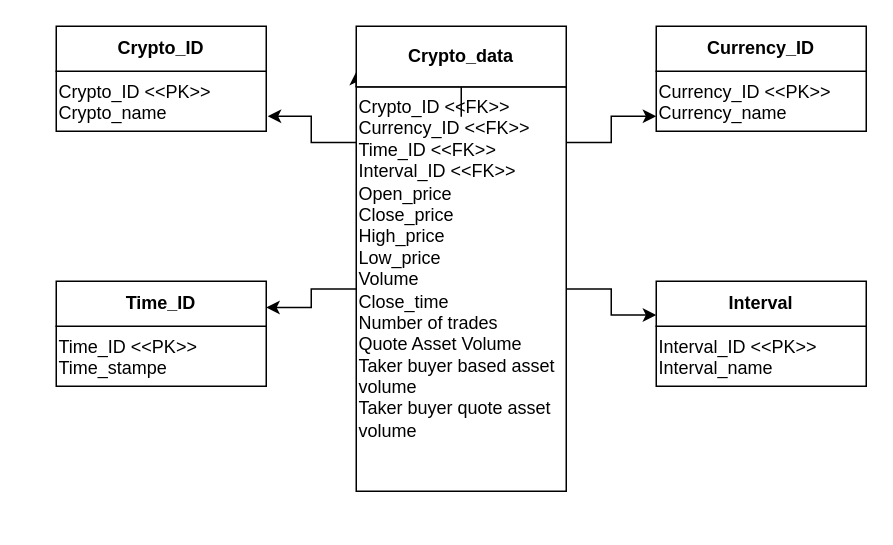
DataScientest-Studio/OPA-Bootcamp-DE-Feb25 keeps this draw.io diagram as Docs/Crypto_UML.drawio. Above is the earlier version. Source tidied: cells renumbered, new cells numbered last; positions are measured from the earlier drawing's top-left corner, leaving out a move shared by most shapes. Both pictures are drawn from the tidied source at 150%, with x=0, y=0 at pixel (56, 26).
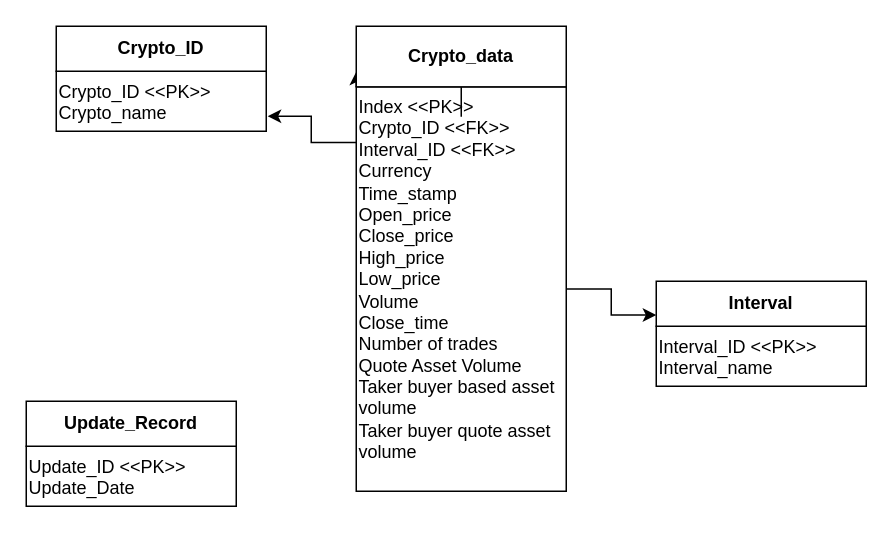
The same page after the edit.

Unchanged cells that the change refers to:
```xml
<mxCell id="15" style="group;" parent="1" vertex="1">
  <mxGeometry x="200" width="140" height="310" as="geometry" />
</mxCell>
```

What changed in the source:
```diff
@@
-    <mxCell id="6" style="group;" parent="1" vertex="1">
-      <mxGeometry x="400" width="140" height="70" as="geometry" />
-    </mxCell>
-    <mxCell id="7" value="&lt;div&gt;Currency_ID &amp;lt;&amp;lt;PK&amp;gt;&amp;gt;&lt;/div&gt;&lt;div&gt;Currency_name&lt;/div&gt;" style="whiteSpace=wrap;html=1;verticalAlign=top;align=left;" parent="6" vertex="1">
-      <mxGeometry y="30" width="140" height="40" as="geometry" />
-    </mxCell>
-    <mxCell id="8" value="&lt;b&gt;Currency_ID&lt;/b&gt;" style="rounded=0;whiteSpace=wrap;html=1;" parent="6" vertex="1">
-      <mxGeometry width="140" height="30" as="geometry" />
-    </mxCell>
-    <mxCell id="9" style="edgeStyle=orthogonalEdgeStyle;rounded=0;orthogonalLoop=1;jettySize=auto;html=1;exitX=0.5;exitY=1;exitDx=0;exitDy=0;" parent="6" edge="1" source="7" target="7">
-      <mxGeometry relative="1" as="geometry" />
-    </mxCell>
-    <mxCell id="10" style="group;" parent="1" vertex="1">
-      <mxGeometry y="170" width="140" height="70" as="geometry" />
-    </mxCell>
-    <mxCell id="11" value="&lt;div&gt;Time_ID &amp;lt;&amp;lt;PK&amp;gt;&amp;gt;&lt;/div&gt;&lt;div&gt;Time_stampe&lt;/div&gt;" style="whiteSpace=wrap;html=1;verticalAlign=top;align=left;" parent="10" vertex="1">
-      <mxGeometry y="30" width="140" height="40" as="geometry" />
-    </mxCell>
-    <mxCell id="12" value="&lt;b&gt;Time_ID&lt;/b&gt;" style="rounded=0;whiteSpace=wrap;html=1;" parent="10" vertex="1">
-      <mxGeometry width="140" height="30" as="geometry" />
-    </mxCell>
-    <mxCell id="13" style="edgeStyle=orthogonalEdgeStyle;rounded=0;orthogonalLoop=1;jettySize=auto;html=1;exitX=0.5;exitY=1;exitDx=0;exitDy=0;" parent="10" edge="1" source="11" target="11">
-      <mxGeometry relative="1" as="geometry" />
-    </mxCell>
-    <mxCell id="14" style="edgeStyle=orthogonalEdgeStyle;rounded=0;jettySize=auto;html=1;exitX=1;exitY=0.25;exitDx=0;exitDy=0;entryX=0;entryY=0.75;entryDx=0;entryDy=0;" parent="1" edge="1" source="15" target="7">
-      <mxGeometry relative="1" as="geometry" />
-    </mxCell>
@@
-    <mxCell id="17" value="&lt;div&gt;Crypto_ID &amp;lt;&amp;lt;FK&amp;gt;&amp;gt;&lt;/div&gt;&lt;div&gt;Currency_ID &amp;lt;&amp;lt;FK&amp;gt;&amp;gt;&lt;/div&gt;&lt;div&gt;Time_ID &amp;lt;&amp;lt;FK&amp;gt;&amp;gt;&lt;/div&gt;&lt;div&gt;Interval_ID &amp;lt;&amp;lt;FK&amp;gt;&amp;gt;&lt;/div&gt;&lt;div&gt;Open_price&lt;/div&gt;&lt;div&gt;Close_price&lt;/div&gt;&lt;div&gt;High_price&lt;/div&gt;&lt;div&gt;Low_price&lt;/div&gt;&lt;div&gt;Volume&lt;/div&gt;&lt;div&gt;Close_time&lt;/div&gt;&lt;div&gt;Number of trades&lt;/div&gt;&lt;div&gt;Quote Asset Volume&lt;/div&gt;&lt;div&gt;Taker buyer based asset volume&lt;/div&gt;&lt;div&gt;Taker buyer quote asset volume&lt;/div&gt;" style="whiteSpace=wrap;html=1;verticalAlign=top;align=left;" parent="15" vertex="1">
+    <mxCell id="17" value="&lt;div&gt;Index&amp;nbsp;&amp;lt;&amp;lt;PK&amp;gt;&amp;gt; &lt;br&gt;&lt;/div&gt;&lt;div&gt;Crypto_ID &amp;lt;&amp;lt;FK&amp;gt;&amp;gt;&lt;/div&gt;&lt;div&gt;Interval_ID &amp;lt;&amp;lt;FK&amp;gt;&amp;gt;&lt;/div&gt;&lt;div&gt;Currency&lt;/div&gt;&lt;div&gt;Time_stamp &lt;br&gt;&lt;/div&gt;&lt;div&gt;Open_price&lt;/div&gt;&lt;div&gt;Close_price&lt;/div&gt;&lt;div&gt;High_price&lt;/div&gt;&lt;div&gt;Low_price&lt;/div&gt;&lt;div&gt;Volume&lt;/div&gt;&lt;div&gt;Close_time&lt;/div&gt;&lt;div&gt;Number of trades&lt;/div&gt;&lt;div&gt;Quote Asset Volume&lt;/div&gt;&lt;div&gt;Taker buyer based asset volume&lt;/div&gt;&lt;div&gt;Taker buyer quote asset volume&lt;/div&gt;&lt;div&gt;&lt;br&gt;&lt;/div&gt;" style="whiteSpace=wrap;html=1;verticalAlign=top;align=left;" parent="15" vertex="1">
       <mxGeometry y="40.4" width="140" height="269.6" as="geometry" />
     </mxCell>
@@
-    <mxCell id="26" style="edgeStyle=orthogonalEdgeStyle;rounded=0;jettySize=auto;html=1;exitX=0;exitY=0.5;exitDx=0;exitDy=0;entryX=1;entryY=0.25;entryDx=0;entryDy=0;" parent="1" edge="1" source="17" target="10">
-      <mxGeometry relative="1" as="geometry" />
-    </mxCell>
@@
+    <mxCell id="28" style="group;" parent="1" vertex="1">
+      <mxGeometry x="-20" y="250" width="140" height="70" as="geometry" />
+    </mxCell>
+    <mxCell id="29" value="&lt;div&gt;Update_ID &amp;lt;&amp;lt;PK&amp;gt;&amp;gt;&lt;/div&gt;&lt;div&gt;Update_Date&lt;/div&gt;" style="whiteSpace=wrap;html=1;verticalAlign=top;align=left;" parent="28" vertex="1">
+      <mxGeometry y="30" width="140" height="40" as="geometry" />
+    </mxCell>
+    <mxCell id="30" value="&lt;b&gt;Update_Record&lt;/b&gt;" style="rounded=0;whiteSpace=wrap;html=1;" parent="28" vertex="1">
+      <mxGeometry width="140" height="30" as="geometry" />
+    </mxCell>
+    <mxCell id="31" style="edgeStyle=orthogonalEdgeStyle;rounded=0;orthogonalLoop=1;jettySize=auto;html=1;exitX=0.5;exitY=1;exitDx=0;exitDy=0;" parent="28" edge="1" source="29" target="29">
+      <mxGeometry relative="1" as="geometry" />
+    </mxCell>
```
